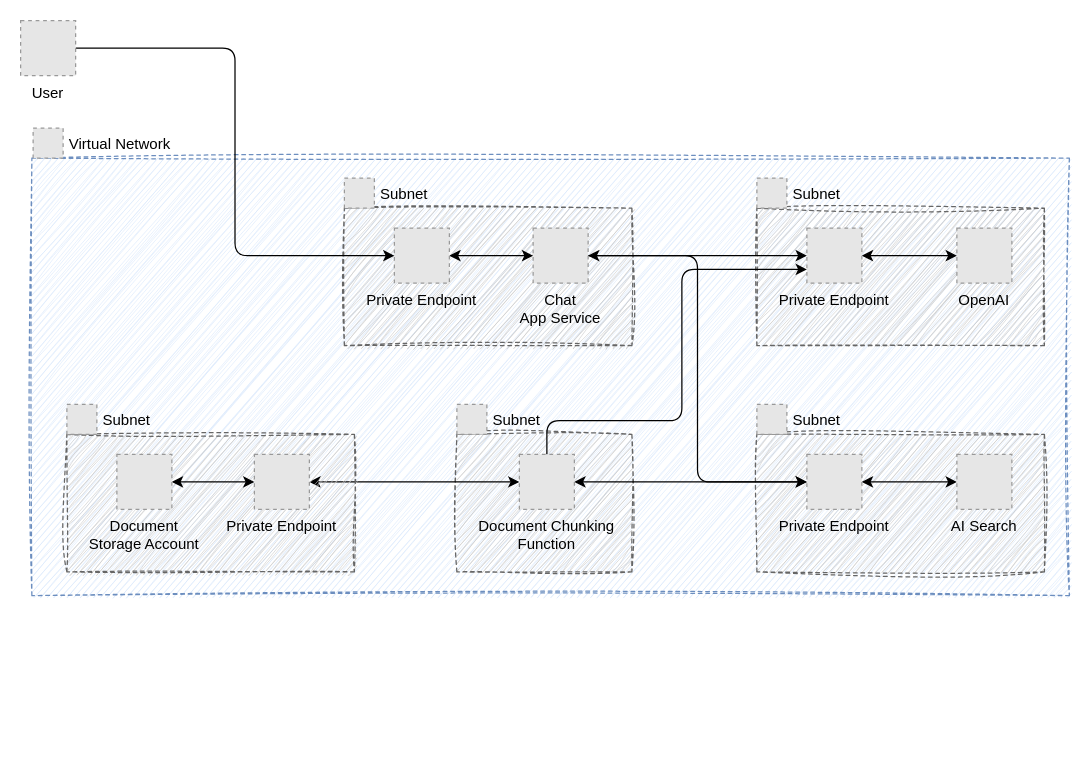
Before: page "Resource Architecture" (1 of 2) of docs/diagrams.drawio in microsoft/dsl-copilot, a draw.io diagram. Source tidied: cells renumbered, new cells numbered last; positions are measured from the earlier drawing's top-left corner, leaving out a move shared by most shapes. Both pictures are drawn from the tidied source at 125%, with x=0, y=0 at pixel (20, 20). Pictures stored in the file or linked from it are replaced by grey dashed boxes.
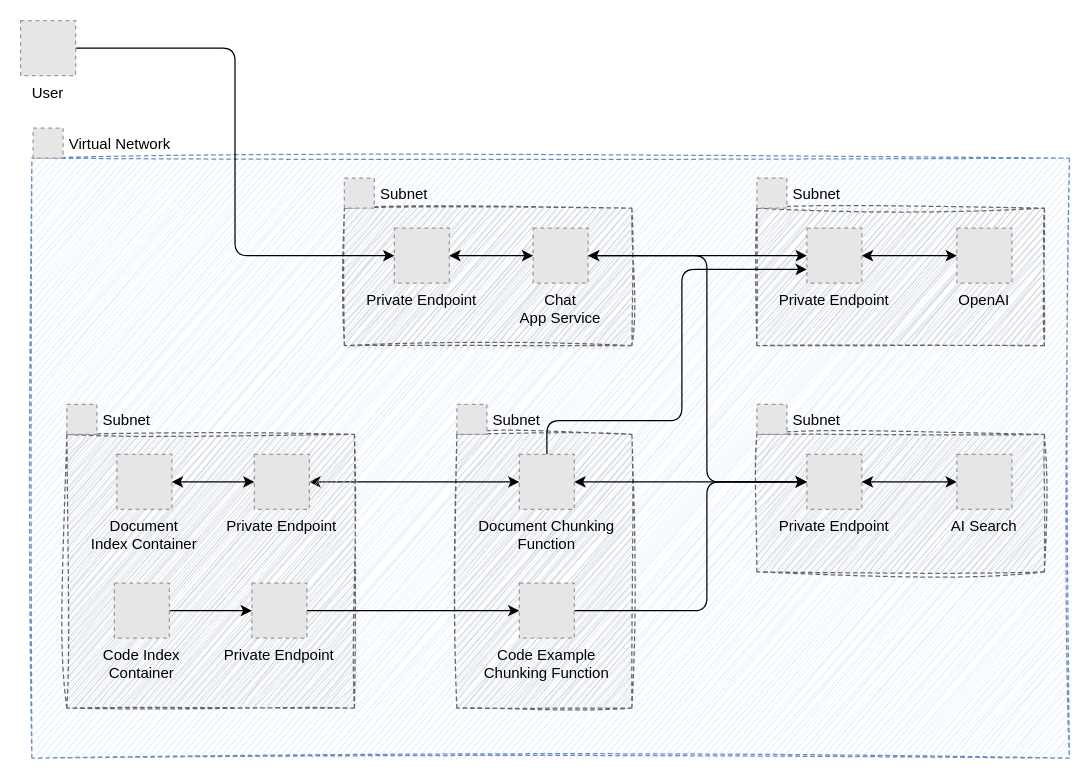
The same diagram, later.

Unchanged cells that the change refers to:
```xml
<mxCell id="12" value="Private Endpoint" style="fillColor=#E6E6E6;strokeColor=#999999;dashed=1;verticalLabelPosition=bottom;labelBackgroundColor=none;verticalAlign=top;" parent="1" vertex="1">
  <mxGeometry x="629" y="347" width="44" height="44" as="geometry" />
</mxCell>
<mxCell id="23" value="Chat&#10;App Service" style="fillColor=#E6E6E6;strokeColor=#999999;dashed=1;verticalLabelPosition=bottom;labelBackgroundColor=none;verticalAlign=top;" parent="1" vertex="1">
  <mxGeometry x="410" y="166" width="44" height="44" as="geometry" />
</mxCell>
```

What changed in the source:
```diff
@@
     <mxCell id="2" style="rounded=0;whiteSpace=wrap;html=1;fillColor=#DAE8FC;strokeColor=#6c8ebf;sketch=1;curveFitting=1;jiggle=2;dashed=1;" parent="1" vertex="1">
-      <mxGeometry x="9" y="110" width="830" height="350" as="geometry" />
+      <mxGeometry x="9" y="110" width="830" height="480" as="geometry" />
     </mxCell>
@@
     <mxCell id="18" style="rounded=0;whiteSpace=wrap;html=1;fillColor=#CCCCCC;strokeColor=#666666;sketch=1;curveFitting=1;jiggle=2;dashed=1;fontColor=#333333;" parent="1" vertex="1">
-      <mxGeometry x="349" y="331" width="140" height="110" as="geometry" />
+      <mxGeometry x="349" y="331" width="140" height="219" as="geometry" />
     </mxCell>
@@
     <mxCell id="22" style="edgeStyle=orthogonalEdgeStyle;rounded=1;jettySize=auto;html=1;entryX=0;entryY=0.5;entryDx=0;entryDy=0;curved=0;" parent="1" edge="1" source="23" target="12">
-      <mxGeometry relative="1" as="geometry" />
+      <mxGeometry relative="1" as="geometry">
+        <Array as="points">
+          <mxPoint x="549" y="188" />
+          <mxPoint x="549" y="369" />
+        </Array>
+      </mxGeometry>
     </mxCell>
@@
     <mxCell id="27" style="rounded=0;whiteSpace=wrap;html=1;fillColor=#CCCCCC;strokeColor=#666666;sketch=1;curveFitting=1;jiggle=2;dashed=1;fontColor=#333333;" parent="1" vertex="1">
-      <mxGeometry x="37" y="331" width="230" height="110" as="geometry" />
+      <mxGeometry x="37" y="331" width="230" height="219" as="geometry" />
     </mxCell>
@@
-    <mxCell id="31" value="Document&#10;Storage Account" style="fillColor=#E6E6E6;strokeColor=#999999;dashed=1;verticalLabelPosition=bottom;labelBackgroundColor=none;verticalAlign=top;" parent="1" vertex="1">
+    <mxCell id="31" value="Document&#10;Index Container" style="fillColor=#E6E6E6;strokeColor=#999999;dashed=1;verticalLabelPosition=bottom;labelBackgroundColor=none;verticalAlign=top;" parent="1" vertex="1">
       <mxGeometry x="77" y="347" width="44" height="44" as="geometry" />
     </mxCell>
@@
+    <mxCell id="34" style="edgeStyle=orthogonalEdgeStyle;rounded=1;jettySize=auto;html=1;entryX=0;entryY=0.5;entryDx=0;entryDy=0;curved=0;" parent="1" edge="1" source="35" target="39">
+      <mxGeometry relative="1" as="geometry" />
+    </mxCell>
+    <mxCell id="35" value="Private Endpoint" style="fillColor=#E6E6E6;strokeColor=#999999;dashed=1;verticalLabelPosition=bottom;labelBackgroundColor=none;verticalAlign=top;" parent="1" vertex="1">
+      <mxGeometry x="185" y="450" width="44" height="44" as="geometry" />
+    </mxCell>
+    <mxCell id="36" style="edgeStyle=orthogonalEdgeStyle;rounded=1;jettySize=auto;html=1;entryX=0;entryY=0.5;entryDx=0;entryDy=0;curved=0;" parent="1" edge="1" source="37" target="35">
+      <mxGeometry relative="1" as="geometry" />
+    </mxCell>
+    <mxCell id="37" value="Code Index&#10;Container" style="fillColor=#E6E6E6;strokeColor=#999999;dashed=1;verticalLabelPosition=bottom;labelBackgroundColor=none;verticalAlign=top;" parent="1" vertex="1">
+      <mxGeometry x="75" y="450" width="44" height="44" as="geometry" />
+    </mxCell>
+    <mxCell id="38" style="edgeStyle=orthogonalEdgeStyle;rounded=1;jettySize=auto;html=1;entryX=0;entryY=0.5;entryDx=0;entryDy=0;curved=0;" parent="1" edge="1" source="39" target="12">
+      <mxGeometry relative="1" as="geometry">
+        <Array as="points">
+          <mxPoint x="549" y="472" />
+          <mxPoint x="549" y="369" />
+        </Array>
+      </mxGeometry>
+    </mxCell>
+    <mxCell id="39" value="Code Example&#10;Chunking Function" style="fillColor=#E6E6E6;strokeColor=#999999;dashed=1;verticalLabelPosition=bottom;labelBackgroundColor=none;verticalAlign=top;" parent="1" vertex="1">
+      <mxGeometry x="399" y="450" width="44" height="44" as="geometry" />
+    </mxCell>
```
